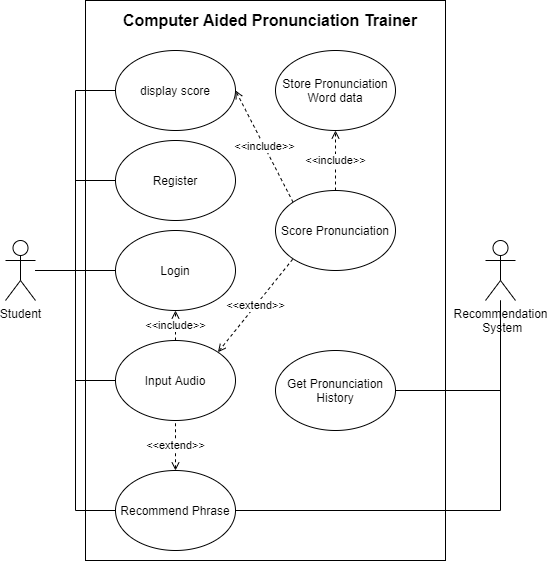
The draw.io diagram be-project-usecase.png in Shoumik-Gandre/be-drafts, before a commit. Source tidied: cells renumbered, new cells last; positions are measured from the earlier drawing's top-left corner, leaving out a move shared by most shapes.
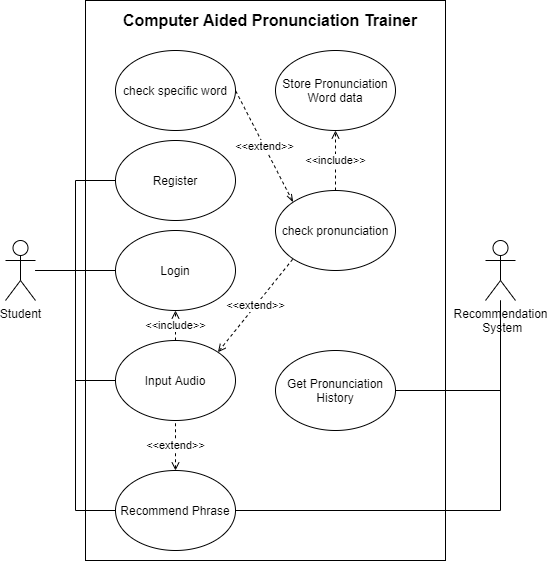
The same file after the commit.

Commit message:
correct use case diagram

Change to the diagram source:
```diff
@@ -5,9 +5,6 @@
     <mxCell id="2" style="rounded=0;whiteSpace=wrap;html=1;" parent="1" vertex="1">
       <mxGeometry x="80" width="360" height="560" as="geometry" />
     </mxCell>
-    <mxCell id="3" style="edgeStyle=orthogonalEdgeStyle;rounded=0;jettySize=auto;html=1;entryX=0;entryY=0.5;entryDx=0;entryDy=0;startArrow=none;startFill=0;endArrow=none;endFill=0;" parent="1" edge="1" source="8" target="23">
-      <mxGeometry relative="1" as="geometry" />
-    </mxCell>
     <mxCell id="4" style="edgeStyle=orthogonalEdgeStyle;rounded=0;jettySize=auto;html=1;entryX=0;entryY=0.5;entryDx=0;entryDy=0;startArrow=none;startFill=0;endArrow=none;endFill=0;" parent="1" edge="1" source="8" target="24">
       <mxGeometry relative="1" as="geometry" />
     </mxCell>
@@ -35,10 +32,10 @@
     <mxCell id="12" value="&amp;lt;&amp;lt;include&amp;gt;&amp;gt;" style="edgeStyle=none;rounded=0;jettySize=auto;html=1;dashed=1;startArrow=none;startFill=0;endArrow=open;endFill=0;" parent="1" edge="1" source="14" target="16">
       <mxGeometry relative="1" as="geometry" />
     </mxCell>
-    <mxCell id="13" value="&amp;lt;&amp;lt;include&amp;gt;&amp;gt;" style="rounded=0;jettySize=auto;html=1;exitX=0;exitY=0;exitDx=0;exitDy=0;entryX=1;entryY=0.5;entryDx=0;entryDy=0;startArrow=none;startFill=0;endArrow=open;endFill=0;dashed=1;" parent="1" edge="1" source="14" target="23">
+    <mxCell id="13" value="&amp;lt;&amp;lt;extend&amp;gt;&amp;gt;" style="rounded=0;jettySize=auto;html=1;exitX=0;exitY=0;exitDx=0;exitDy=0;entryX=1;entryY=0.5;entryDx=0;entryDy=0;startArrow=openThin;startFill=0;endArrow=none;endFill=0;dashed=1;" parent="1" edge="1" source="14" target="23">
       <mxGeometry relative="1" as="geometry" />
     </mxCell>
-    <mxCell id="14" value="Score Pronunciation" style="ellipse;whiteSpace=wrap;html=1;" parent="1" vertex="1">
+    <mxCell id="14" value="check pronunciation" style="ellipse;whiteSpace=wrap;html=1;" parent="1" vertex="1">
       <mxGeometry x="270" y="190" width="120" height="80" as="geometry" />
     </mxCell>
     <mxCell id="15" value="Recommendation&lt;br&gt;&amp;nbsp;System" style="shape=umlActor;verticalLabelPosition=bottom;verticalAlign=top;html=1;outlineConnect=0;" parent="1" vertex="1">
@@ -65,7 +62,7 @@
     <mxCell id="22" value="Recommend Phrase" style="ellipse;whiteSpace=wrap;html=1;" parent="1" vertex="1">
       <mxGeometry x="110" y="470" width="120" height="80" as="geometry" />
     </mxCell>
-    <mxCell id="23" value="display score" style="ellipse;whiteSpace=wrap;html=1;" parent="1" vertex="1">
+    <mxCell id="23" value="check specific word" style="ellipse;whiteSpace=wrap;html=1;" parent="1" vertex="1">
       <mxGeometry x="110" y="50" width="120" height="80" as="geometry" />
     </mxCell>
     <mxCell id="24" value="Register" style="ellipse;whiteSpace=wrap;html=1;" parent="1" vertex="1">
```
